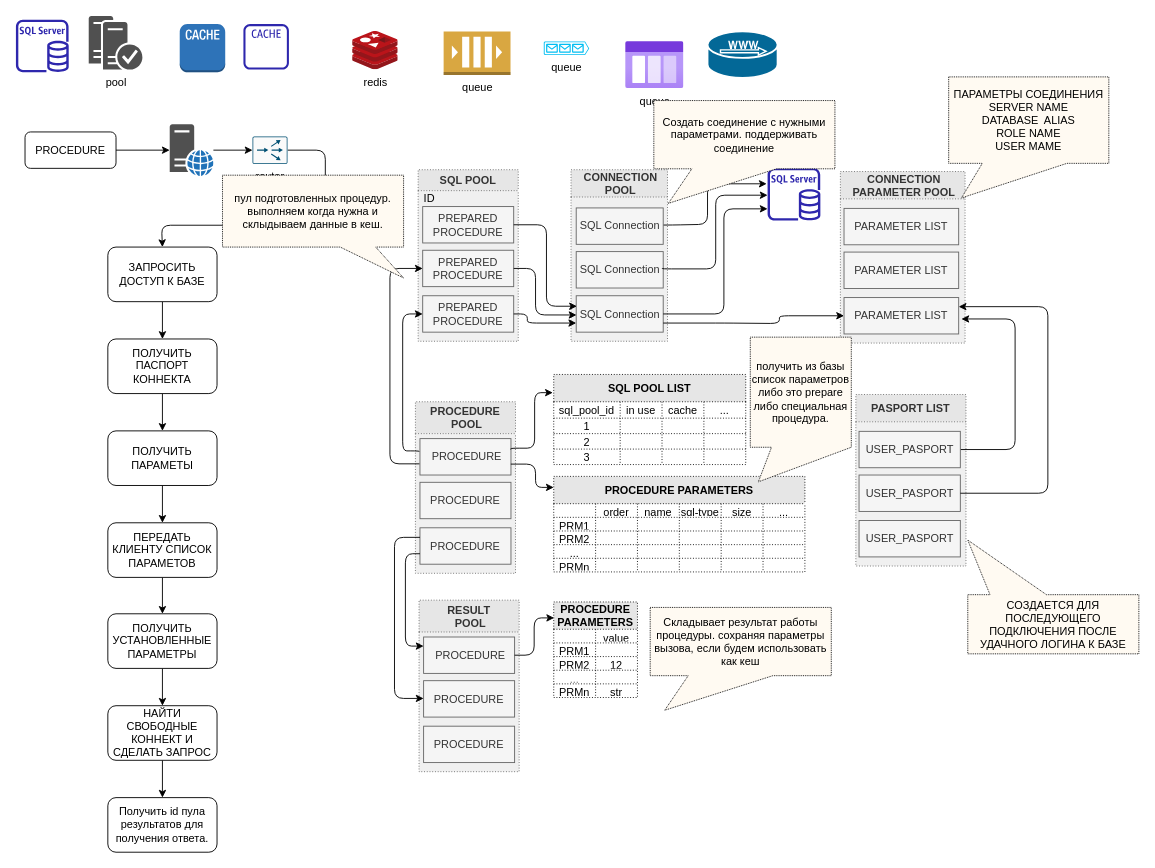
The draw.io diagram page "набросок" (1 of 2) of Backend.drawio in sashok74/diagrams, before the edit. Source tidied: cells renumbered, new cells numbered last; positions are measured from the earlier drawing's top-left corner, leaving out a move shared by most shapes. Both pictures are drawn from the tidied source at 91%, with x=0, y=0 at pixel (15, 15).
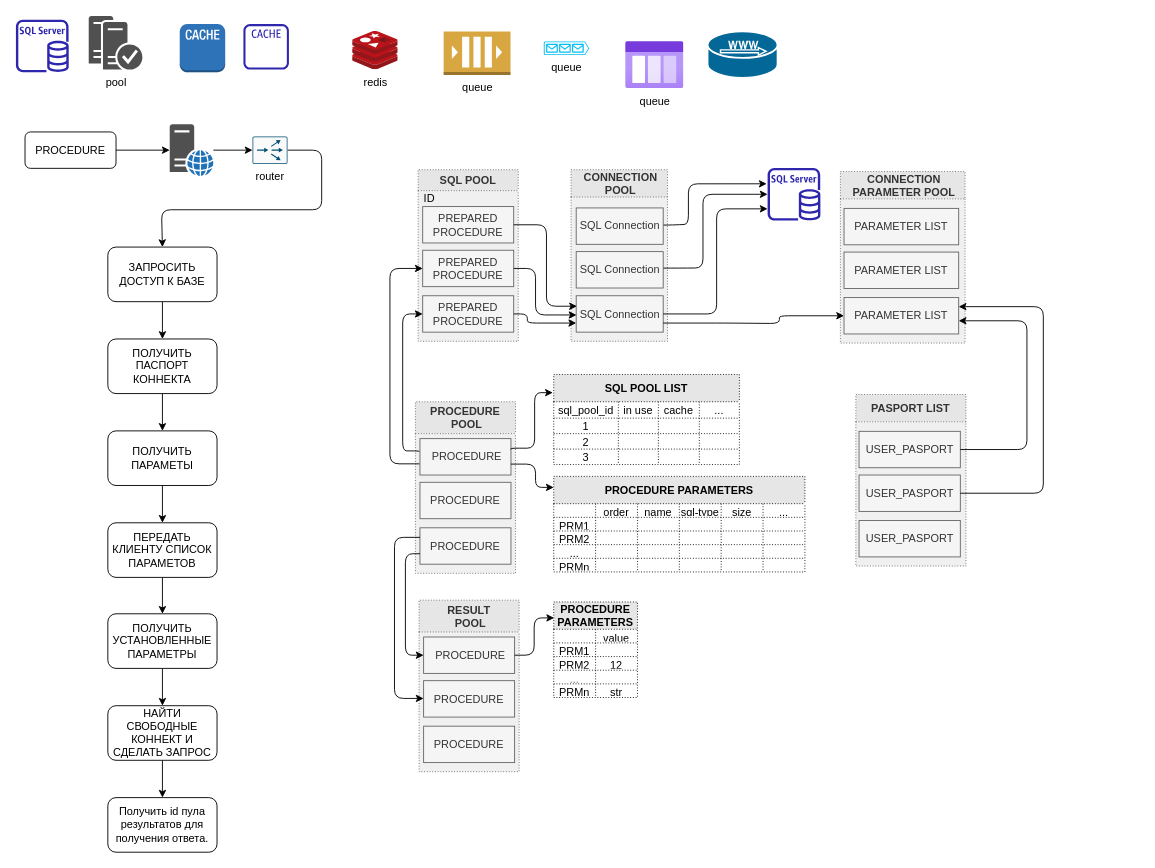
Above is the later version.

Unchanged cells that the change refers to:
```xml
<mxCell id="11" value="router" style="sketch=0;points=[[0.015,0.015,0],[0.985,0.015,0],[0.985,0.985,0],[0.015,0.985,0],[0.25,0,0],[0.5,0,0],[0.75,0,0],[1,0.25,0],[1,0.5,0],[1,0.75,0],[0.75,1,0],[0.5,1,0],[0.25,1,0],[0,0.75,0],[0,0.5,0],[0,0.25,0]];verticalLabelPosition=bottom;html=1;verticalAlign=top;align=center;shape=mxgraph.cisco19.rect;prIcon=content_router;fillColor=#FAFAFA;strokeColor=#005073;" parent="1" vertex="1">
  <mxGeometry x="260" y="132.5" width="38.4" height="30" as="geometry" />
</mxCell>
<mxCell id="19" style="sketch=0;outlineConnect=0;fontColor=#232F3E;gradientColor=none;fillColor=#2E27AD;strokeColor=none;dashed=0;verticalLabelPosition=bottom;verticalAlign=top;align=center;html=1;fontSize=12;fontStyle=0;shape=mxgraph.aws4.rds_sql_server_instance;" parent="1" vertex="1">
  <mxGeometry x="826" y="167" width="58" height="58" as="geometry" />
</mxCell>
<mxCell id="34" value="SQL Connection" style="rounded=0;whiteSpace=wrap;html=1;fillColor=#f5f5f5;strokeColor=#666666;fontColor=#333333;" parent="32" vertex="1">
  <mxGeometry x="5.7" y="138.5" width="95.6" height="40" as="geometry" />
</mxCell>
<mxCell id="35" value="SQL Connection" style="rounded=0;whiteSpace=wrap;html=1;fillColor=#f5f5f5;strokeColor=#666666;fontColor=#333333;" parent="32" vertex="1">
  <mxGeometry x="5.7" y="42" width="95.6" height="40" as="geometry" />
</mxCell>
<mxCell id="36" value="SQL Connection" style="rounded=0;whiteSpace=wrap;html=1;fillColor=#f5f5f5;strokeColor=#666666;fontColor=#333333;" parent="32" vertex="1">
  <mxGeometry x="5.7" y="90" width="95.6" height="40" as="geometry" />
</mxCell>
<mxCell id="47" value="PROCEDURE" style="rounded=0;whiteSpace=wrap;html=1;fillColor=#f5f5f5;strokeColor=#666666;fontColor=#333333;" parent="43" vertex="1">
  <mxGeometry x="5" y="138.5" width="100" height="40" as="geometry" />
</mxCell>
<mxCell id="111" value="&amp;nbsp;PROCEDURE" style="rounded=0;whiteSpace=wrap;html=1;fillColor=#f5f5f5;strokeColor=#666666;fontColor=#333333;" parent="109" vertex="1">
  <mxGeometry x="5" y="40.5" width="100" height="40" as="geometry" />
</mxCell>
<mxCell id="135" value="ЗАПРОСИТЬ ДОСТУП К БАЗЕ" style="rounded=1;whiteSpace=wrap;html=1;flipV=1;" parent="1" vertex="1">
  <mxGeometry x="101" y="254" width="120" height="60" as="geometry" />
</mxCell>
<mxCell id="142" value="PARAMETER LIST" style="rounded=0;whiteSpace=wrap;html=1;fillColor=#f5f5f5;strokeColor=#666666;fontColor=#333333;" parent="138" vertex="1">
  <mxGeometry x="4" y="138.5" width="126" height="40" as="geometry" />
</mxCell>
<mxCell id="144" style="group;" parent="1" vertex="1">
  <mxGeometry x="923" y="416" width="121" height="188.5" as="geometry" />
</mxCell>
<mxCell id="147" value="USER_PASPORT" style="rounded=0;whiteSpace=wrap;html=1;fillColor=#f5f5f5;strokeColor=#666666;fontColor=#333333;" parent="144" vertex="1">
  <mxGeometry x="3.5" y="40.5" width="111.3" height="40" as="geometry" />
</mxCell>
<mxCell id="148" value="USER_PASPORT" style="rounded=0;whiteSpace=wrap;html=1;fillColor=#f5f5f5;strokeColor=#666666;fontColor=#333333;" parent="144" vertex="1">
  <mxGeometry x="3.5" y="88.5" width="111.3" height="40" as="geometry" />
</mxCell>
```

What changed in the source:
```diff
@@
     <mxCell id="10" style="edgeStyle=orthogonalEdgeStyle;rounded=1;jettySize=auto;html=1;entryX=0.5;entryY=0;entryDx=0;entryDy=0;" parent="1" edge="1" source="11" target="135">
       <mxGeometry relative="1" as="geometry">
         <Array as="points">
-          <mxPoint x="340" y="148" />
-          <mxPoint x="340" y="230" />
-          <mxPoint x="160" y="230" />
+          <mxPoint x="336" y="147" />
+          <mxPoint x="336" y="213" />
+          <mxPoint x="160" y="213" />
+          <mxPoint x="160" y="254" />
         </Array>
       </mxGeometry>
     </mxCell>
@@
     <mxCell id="40" style="edgeStyle=orthogonalEdgeStyle;rounded=1;jettySize=auto;html=1;exitX=1.005;exitY=0.47;exitDx=0;exitDy=0;entryX=-0.017;entryY=0.301;entryDx=0;entryDy=0;entryPerimeter=0;exitPerimeter=0;" parent="1" edge="1" source="35" target="19">
       <mxGeometry relative="1" as="geometry">
         <Array as="points">
           <mxPoint x="720" y="230" />
-          <mxPoint x="760" y="229" />
-          <mxPoint x="760" y="185" />
+          <mxPoint x="739" y="229" />
+          <mxPoint x="739" y="185" />
         </Array>
       </mxGeometry>
     </mxCell>
-    <mxCell id="41" style="edgeStyle=orthogonalEdgeStyle;rounded=1;jettySize=auto;html=1;exitX=0.99;exitY=0.45;exitDx=0;exitDy=0;exitPerimeter=0;" parent="1" edge="1" source="36" target="19">
+    <mxCell id="41" style="edgeStyle=orthogonalEdgeStyle;rounded=1;jettySize=auto;html=1;exitX=1.003;exitY=0.453;exitDx=0;exitDy=0;exitPerimeter=0;" parent="1" edge="1" source="36" target="19">
       <mxGeometry relative="1" as="geometry">
         <Array as="points">
-          <mxPoint x="769" y="278" />
-          <mxPoint x="769" y="197" />
+          <mxPoint x="728" y="277" />
+          <mxPoint x="755" y="277" />
+          <mxPoint x="755" y="196" />
         </Array>
       </mxGeometry>
     </mxCell>
     <mxCell id="42" style="edgeStyle=orthogonalEdgeStyle;rounded=1;jettySize=auto;html=1;" parent="1" edge="1" source="34" target="19">
       <mxGeometry relative="1" as="geometry">
         <Array as="points">
-          <mxPoint x="778" y="328" />
-          <mxPoint x="778" y="212" />
+          <mxPoint x="770" y="327" />
+          <mxPoint x="770" y="212" />
         </Array>
       </mxGeometry>
     </mxCell>
@@
     <mxCell id="85" value="SQL POOL LIST" style="shape=table;startSize=30;childLayout=tableLayout;fontStyle=1;align=center;glass=0;dashed=1;dashPattern=1 2;fillColor=#E6E6E6;" parent="1" vertex="1">
-      <mxGeometry x="591" y="394" width="211" height="99" as="geometry" />
+      <mxGeometry x="591" y="394" width="204" height="99" as="geometry" />
     </mxCell>
     <mxCell id="86" style="shape=tableRow;horizontal=0;startSize=0;swimlaneHead=0;swimlaneBody=0;top=0;left=0;bottom=0;right=0;fillColor=none;glass=0;dashed=1;dashPattern=1 2;" parent="85" vertex="1">
-      <mxGeometry y="30" width="211" height="18" as="geometry" />
+      <mxGeometry y="30" width="204" height="18" as="geometry" />
     </mxCell>
     <mxCell id="87" value="sql_pool_id&lt;br&gt;" style="shape=partialRectangle;html=1;whiteSpace=wrap;fillColor=none;top=0;left=0;bottom=0;right=0;overflow=hidden;glass=0;dashed=1;dashPattern=1 2;" parent="86" vertex="1">
-      <mxGeometry width="73" height="18" as="geometry" />
+      <mxGeometry width="71" height="18" as="geometry" />
     </mxCell>
     <mxCell id="88" value="in use" style="shape=partialRectangle;html=1;whiteSpace=wrap;fillColor=none;top=0;left=0;bottom=0;right=0;overflow=hidden;glass=0;dashed=1;dashPattern=1 2;" parent="86" vertex="1">
-      <mxGeometry x="73" width="46" height="18" as="geometry" />
+      <mxGeometry x="71" width="44" height="18" as="geometry" />
     </mxCell>
     <mxCell id="89" value="cache" style="shape=partialRectangle;html=1;whiteSpace=wrap;fillColor=none;top=0;left=0;bottom=0;right=0;overflow=hidden;glass=0;dashed=1;dashPattern=1 2;" parent="86" vertex="1">
-      <mxGeometry x="119" width="46" height="18" as="geometry" />
+      <mxGeometry x="115" width="45" height="18" as="geometry" />
     </mxCell>
     <mxCell id="90" value="..." style="shape=partialRectangle;html=1;whiteSpace=wrap;fillColor=none;top=0;left=0;bottom=0;right=0;overflow=hidden;glass=0;dashed=1;dashPattern=1 2;" parent="86" vertex="1">
-      <mxGeometry x="165" width="46" height="18" as="geometry" />
+      <mxGeometry x="160" width="44" height="18" as="geometry" />
     </mxCell>
     <mxCell id="91" style="shape=tableRow;horizontal=0;startSize=0;swimlaneHead=0;swimlaneBody=0;top=0;left=0;bottom=0;right=0;fillColor=none;glass=0;dashed=1;dashPattern=1 2;" parent="85" vertex="1">
-      <mxGeometry y="48" width="211" height="17" as="geometry" />
+      <mxGeometry y="48" width="204" height="17" as="geometry" />
     </mxCell>
     <mxCell id="92" value="1" style="shape=partialRectangle;html=1;whiteSpace=wrap;fillColor=none;top=0;left=0;bottom=0;right=0;overflow=hidden;glass=0;dashed=1;dashPattern=1 2;" parent="91" vertex="1">
-      <mxGeometry width="73" height="17" as="geometry" />
+      <mxGeometry width="71" height="17" as="geometry" />
     </mxCell>
     <mxCell id="93" style="shape=partialRectangle;html=1;whiteSpace=wrap;fillColor=none;top=0;left=0;bottom=0;right=0;overflow=hidden;glass=0;dashed=1;dashPattern=1 2;" parent="91" vertex="1">
-      <mxGeometry x="73" width="46" height="17" as="geometry" />
+      <mxGeometry x="71" width="44" height="17" as="geometry" />
     </mxCell>
     <mxCell id="94" style="shape=partialRectangle;html=1;whiteSpace=wrap;fillColor=none;top=0;left=0;bottom=0;right=0;overflow=hidden;glass=0;dashed=1;dashPattern=1 2;" parent="91" vertex="1">
-      <mxGeometry x="119" width="46" height="17" as="geometry" />
+      <mxGeometry x="115" width="45" height="17" as="geometry" />
     </mxCell>
     <mxCell id="95" style="shape=partialRectangle;html=1;whiteSpace=wrap;fillColor=none;top=0;left=0;bottom=0;right=0;overflow=hidden;glass=0;dashed=1;dashPattern=1 2;" parent="91" vertex="1">
-      <mxGeometry x="165" width="46" height="17" as="geometry" />
+      <mxGeometry x="160" width="44" height="17" as="geometry" />
     </mxCell>
     <mxCell id="96" style="shape=tableRow;horizontal=0;startSize=0;swimlaneHead=0;swimlaneBody=0;top=0;left=0;bottom=0;right=0;fillColor=none;glass=0;dashed=1;dashPattern=1 2;" parent="85" vertex="1">
-      <mxGeometry y="65" width="211" height="17" as="geometry" />
+      <mxGeometry y="65" width="204" height="17" as="geometry" />
     </mxCell>
     <mxCell id="97" value="2" style="shape=partialRectangle;html=1;whiteSpace=wrap;fillColor=none;top=0;left=0;bottom=0;right=0;overflow=hidden;glass=0;dashed=1;dashPattern=1 2;" parent="96" vertex="1">
-      <mxGeometry width="73" height="17" as="geometry" />
+      <mxGeometry width="71" height="17" as="geometry" />
     </mxCell>
     <mxCell id="98" style="shape=partialRectangle;html=1;whiteSpace=wrap;fillColor=none;top=0;left=0;bottom=0;right=0;overflow=hidden;glass=0;dashed=1;dashPattern=1 2;" parent="96" vertex="1">
-      <mxGeometry x="73" width="46" height="17" as="geometry" />
+      <mxGeometry x="71" width="44" height="17" as="geometry" />
     </mxCell>
     <mxCell id="99" style="shape=partialRectangle;html=1;whiteSpace=wrap;fillColor=none;top=0;left=0;bottom=0;right=0;overflow=hidden;glass=0;dashed=1;dashPattern=1 2;" parent="96" vertex="1">
-      <mxGeometry x="119" width="46" height="17" as="geometry" />
+      <mxGeometry x="115" width="45" height="17" as="geometry" />
     </mxCell>
     <mxCell id="100" style="shape=partialRectangle;html=1;whiteSpace=wrap;fillColor=none;top=0;left=0;bottom=0;right=0;overflow=hidden;glass=0;dashed=1;dashPattern=1 2;" parent="96" vertex="1">
-      <mxGeometry x="165" width="46" height="17" as="geometry" />
+      <mxGeometry x="160" width="44" height="17" as="geometry" />
     </mxCell>
     <mxCell id="101" style="shape=tableRow;horizontal=0;startSize=0;swimlaneHead=0;swimlaneBody=0;top=0;left=0;bottom=0;right=0;fillColor=none;glass=0;dashed=1;dashPattern=1 2;" parent="85" vertex="1">
-      <mxGeometry y="82" width="211" height="17" as="geometry" />
+      <mxGeometry y="82" width="204" height="17" as="geometry" />
     </mxCell>
     <mxCell id="102" value="3" style="shape=partialRectangle;html=1;whiteSpace=wrap;fillColor=none;top=0;left=0;bottom=0;right=0;overflow=hidden;glass=0;dashed=1;dashPattern=1 2;" parent="101" vertex="1">
-      <mxGeometry width="73" height="17" as="geometry" />
+      <mxGeometry width="71" height="17" as="geometry" />
     </mxCell>
     <mxCell id="103" style="shape=partialRectangle;html=1;whiteSpace=wrap;fillColor=none;top=0;left=0;bottom=0;right=0;overflow=hidden;glass=0;dashed=1;dashPattern=1 2;" parent="101" vertex="1">
-      <mxGeometry x="73" width="46" height="17" as="geometry" />
+      <mxGeometry x="71" width="44" height="17" as="geometry" />
     </mxCell>
     <mxCell id="104" style="shape=partialRectangle;html=1;whiteSpace=wrap;fillColor=none;top=0;left=0;bottom=0;right=0;overflow=hidden;glass=0;dashed=1;dashPattern=1 2;" parent="101" vertex="1">
-      <mxGeometry x="119" width="46" height="17" as="geometry" />
+      <mxGeometry x="115" width="45" height="17" as="geometry" />
     </mxCell>
     <mxCell id="105" style="shape=partialRectangle;html=1;whiteSpace=wrap;fillColor=none;top=0;left=0;bottom=0;right=0;overflow=hidden;glass=0;dashed=1;dashPattern=1 2;" parent="101" vertex="1">
-      <mxGeometry x="165" width="46" height="17" as="geometry" />
+      <mxGeometry x="160" width="44" height="17" as="geometry" />
     </mxCell>
@@
-    <mxCell id="131" style="edgeStyle=orthogonalEdgeStyle;rounded=1;jettySize=auto;html=1;entryX=0;entryY=0.25;entryDx=0;entryDy=0;" parent="1" edge="1" source="47" target="111">
+    <mxCell id="131" style="edgeStyle=orthogonalEdgeStyle;rounded=1;jettySize=auto;html=1;entryX=0;entryY=0.5;entryDx=0;entryDy=0;" parent="1" edge="1" source="47" target="111">
       <mxGeometry relative="1" as="geometry">
         <Array as="points">
           <mxPoint x="428" y="591" />
-          <mxPoint x="428" y="693" />
+          <mxPoint x="428" y="703" />
+          <mxPoint x="448" y="703" />
         </Array>
       </mxGeometry>
     </mxCell>
@@
-    <mxCell id="146" style="edgeStyle=orthogonalEdgeStyle;rounded=1;jettySize=auto;html=1;" parent="144" edge="1" source="147">
-      <mxGeometry relative="1" as="geometry">
-        <mxPoint x="116" y="-83" as="targetPoint" />
-        <Array as="points">
-          <mxPoint x="175" y="61" />
-          <mxPoint x="175" y="-83" />
-        </Array>
-      </mxGeometry>
-    </mxCell>
@@
     <mxCell id="150" style="edgeStyle=orthogonalEdgeStyle;rounded=1;jettySize=auto;html=1;entryX=1;entryY=0.25;entryDx=0;entryDy=0;" parent="1" edge="1" source="148" target="142">
       <mxGeometry relative="1" as="geometry">
         <Array as="points">
-          <mxPoint x="1134" y="525" />
-          <mxPoint x="1134" y="319" />
+          <mxPoint x="1129" y="525" />
+          <mxPoint x="1129" y="320" />
         </Array>
       </mxGeometry>
     </mxCell>
-    <mxCell id="151" parent="0" />
-    <mxCell id="152" value="Создать соединение с нужными параметрами. поддерживать соединение" style="shape=callout;whiteSpace=wrap;html=1;perimeter=calloutPerimeter;glass=0;dashed=1;dashPattern=1 1;strokeColor=default;fillColor=#FFFAF2;size=38;position=0.21;position2=0.08;base=93;" parent="151" vertex="1">
-      <mxGeometry x="701" y="93" width="199" height="113" as="geometry" />
-    </mxCell>
-    <mxCell id="153" value="Складывает результат работы процедуры. сохраняя параметры вызова, если будем использовать как кеш" style="shape=callout;whiteSpace=wrap;html=1;perimeter=calloutPerimeter;glass=0;dashed=1;dashPattern=1 1;strokeColor=default;fillColor=#FFFAF2;size=38;position=0.21;position2=0.08;base=93;" parent="151" vertex="1">
-      <mxGeometry x="697" y="650" width="199" height="113" as="geometry" />
-    </mxCell>
-    <mxCell id="154" value="&lt;div&gt;получить из базы список параметров либо это prepare либо специальная процедура.&lt;/div&gt;" style="shape=callout;whiteSpace=wrap;html=1;perimeter=calloutPerimeter;glass=0;dashed=1;dashPattern=1 1;strokeColor=default;fillColor=#FFFAF2;size=38;position=0.21;position2=0.08;base=93;" parent="151" vertex="1">
-      <mxGeometry x="807" y="353" width="111" height="159" as="geometry" />
-    </mxCell>
-    <mxCell id="155" value="пул подготовленных процедур. выполняем когда нужна и склыдываем данные в кеш." style="shape=callout;whiteSpace=wrap;html=1;perimeter=calloutPerimeter;glass=0;dashed=1;dashPattern=1 1;strokeColor=default;fillColor=#FFFAF2;size=34;position=0.65;position2=1;base=39;" parent="151" vertex="1">
-      <mxGeometry x="227" y="175" width="199" height="113" as="geometry" />
-    </mxCell>
-    <mxCell id="156" value="&lt;div&gt;ПАРАМЕТРЫ СОЕДИНЕНИЯ&lt;/div&gt;&lt;div&gt;SERVER NAME&lt;/div&gt;&lt;div&gt;DATABASE&amp;nbsp; ALIAS &lt;br&gt;&lt;/div&gt;&lt;div&gt;ROLE NAME&lt;/div&gt;&lt;div&gt;USER MAME&lt;br&gt;&lt;/div&gt;" style="shape=callout;whiteSpace=wrap;html=1;perimeter=calloutPerimeter;glass=0;dashed=1;dashPattern=1 1;strokeColor=default;fillColor=#FFFAF2;size=38;position=0.21;position2=0.08;base=93;" parent="151" vertex="1">
-      <mxGeometry x="1025" y="67" width="176" height="133" as="geometry" />
-    </mxCell>
-    <mxCell id="157" value="СОЗДАЕТСЯ ДЛЯ ПОСЛЕДУЮЩЕГО ПОДКЛЮЧЕНИЯ ПОСЛЕ УДАЧНОГО ЛОГИНА К БАЗЕ" style="shape=callout;whiteSpace=wrap;html=1;perimeter=calloutPerimeter;glass=0;dashed=1;dashPattern=1 1;strokeColor=default;fillColor=#FFFAF2;size=60;position=0.13;position2=0;base=62;flipV=1;" parent="151" vertex="1">
-      <mxGeometry x="1046" y="576" width="188" height="125" as="geometry" />
-    </mxCell>
+    <mxCell id="146" style="edgeStyle=orthogonalEdgeStyle;rounded=1;jettySize=auto;html=1;entryX=1;entryY=0.638;entryDx=0;entryDy=0;entryPerimeter=0;" parent="1" edge="1" source="147" target="142">
+      <mxGeometry relative="1" as="geometry">
+        <Array as="points">
+          <mxPoint x="1111" y="477" />
+          <mxPoint x="1111" y="335" />
+        </Array>
+      </mxGeometry>
+    </mxCell>
```
